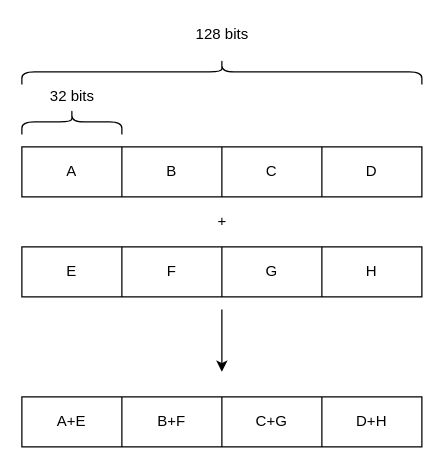
The draw.io diagram draw/CO-final-1_1.drawio in zhiyuan5986/draw_io, before the edit. Source tidied: cells renumbered, new cells numbered last; positions are measured from the earlier drawing's top-left corner, leaving out a move shared by most shapes. Both pictures are drawn from the tidied source at 125%, with x=0, y=0 at pixel (21, -129).
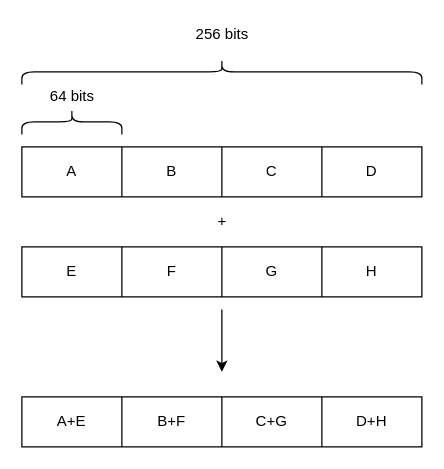
Above is the later version.

Diff of the diagram source:
```diff
@@
-    <mxCell id="23" value="128 bits" style="text;html=1;align=center;verticalAlign=middle;strokeColor=none;fillColor=none;" parent="1" vertex="1">
+    <mxCell id="23" value="256 bits" style="text;html=1;align=center;verticalAlign=middle;strokeColor=none;fillColor=none;" parent="1" vertex="1">
       <mxGeometry x="130" y="120" width="60" height="20" as="geometry" />
     </mxCell>
@@
-    <mxCell id="25" value="32 bits" style="text;html=1;align=center;verticalAlign=middle;strokeColor=none;fillColor=none;" parent="1" vertex="1">
+    <mxCell id="25" value="64 bits" style="text;html=1;align=center;verticalAlign=middle;strokeColor=none;fillColor=none;" parent="1" vertex="1">
       <mxGeometry x="15" y="170" width="50" height="20" as="geometry" />
     </mxCell>
```
